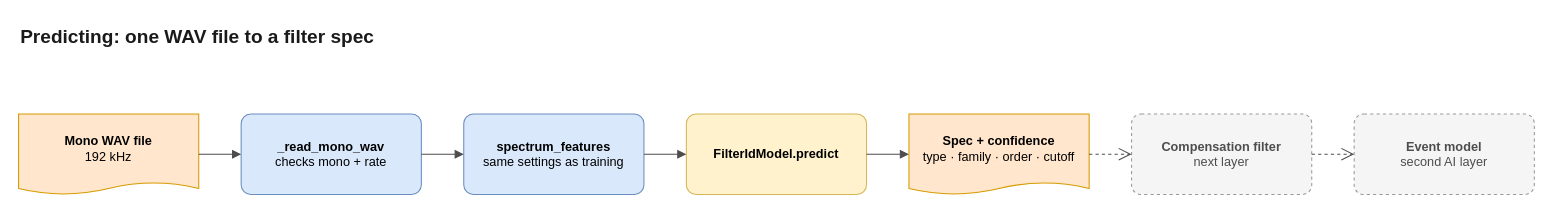
Dialovos/fpga-audio-source-classifier keeps this draw.io diagram as page "4 · Predicting" (4 of 5) of docs/code-map/filter-id-code-map.drawio. Above is the earlier version. Source tidied: cells renumbered, new cells numbered last; positions are measured from the earlier drawing's top-left corner, leaving out a move shared by most shapes. Both pictures are drawn from the tidied source at 106%, with x=0, y=0 at pixel (18, 18).
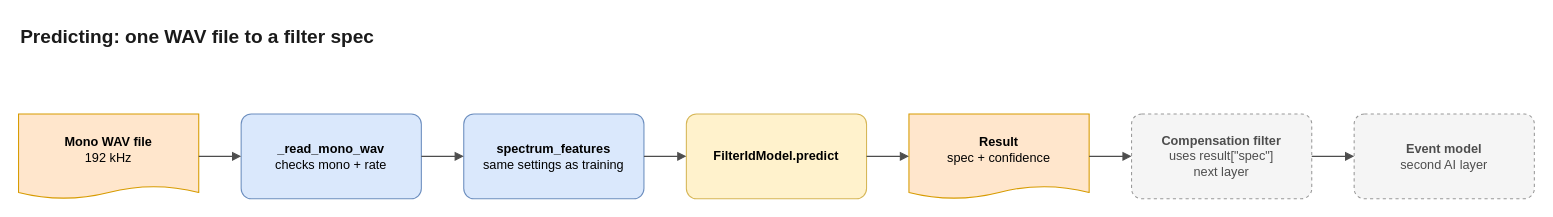
After the change.

What changed in the source:
```diff
@@
 <mxGraphModel>
   <root>
     <mxCell id="0" />
     <mxCell id="1" parent="0" />
     <mxCell id="2" value="Predicting: one WAV file to a filter spec" style="text;html=1;align=left;verticalAlign=middle;fontSize=18;fontStyle=1;fontColor=#1a1a1a;" parent="1" vertex="1">
       <mxGeometry width="700" height="36" as="geometry" />
     </mxCell>
     <mxCell id="3" value="&lt;b&gt;Mono WAV file&lt;/b&gt;&lt;br&gt;192 kHz" style="shape=document;size=0.15;boundedLbl=1;whiteSpace=wrap;html=1;fontSize=12;fillColor=#ffe6cc;strokeColor=#d79b00;" parent="1" vertex="1">
-      <mxGeometry y="90" width="170" height="76" as="geometry" />
+      <mxGeometry y="90" width="170" height="80" as="geometry" />
     </mxCell>
     <mxCell id="4" value="&lt;b&gt;_read_mono_wav&lt;/b&gt;&lt;br&gt;checks mono + rate" style="rounded=1;arcSize=12;whiteSpace=wrap;html=1;fontSize=12;fillColor=#dae8fc;strokeColor=#6c8ebf;" parent="1" vertex="1">
-      <mxGeometry x="210" y="90" width="170" height="76" as="geometry" />
+      <mxGeometry x="210" y="90" width="170" height="80" as="geometry" />
     </mxCell>
     <mxCell id="5" value="&lt;b&gt;spectrum_features&lt;/b&gt;&lt;br&gt;same settings as training" style="rounded=1;arcSize=12;whiteSpace=wrap;html=1;fontSize=12;fillColor=#dae8fc;strokeColor=#6c8ebf;" parent="1" vertex="1">
-      <mxGeometry x="420" y="90" width="170" height="76" as="geometry" />
+      <mxGeometry x="420" y="90" width="170" height="80" as="geometry" />
     </mxCell>
     <mxCell id="6" value="&lt;b&gt;FilterIdModel.predict&lt;/b&gt;" style="rounded=1;arcSize=12;whiteSpace=wrap;html=1;fontSize=12;fillColor=#fff2cc;strokeColor=#d6b656;" parent="1" vertex="1">
-      <mxGeometry x="630" y="90" width="170" height="76" as="geometry" />
+      <mxGeometry x="630" y="90" width="170" height="80" as="geometry" />
     </mxCell>
-    <mxCell id="7" value="&lt;b&gt;Spec + confidence&lt;/b&gt;&lt;br&gt;type · family · order · cutoff" style="shape=document;size=0.15;boundedLbl=1;whiteSpace=wrap;html=1;fontSize=12;fillColor=#ffe6cc;strokeColor=#d79b00;" parent="1" vertex="1">
-      <mxGeometry x="840" y="90" width="170" height="76" as="geometry" />
+    <mxCell id="7" value="&lt;b&gt;Result&lt;/b&gt;&lt;br&gt;spec + confidence" style="shape=document;size=0.15;boundedLbl=1;whiteSpace=wrap;html=1;fontSize=12;fillColor=#ffe6cc;strokeColor=#d79b00;" parent="1" vertex="1">
+      <mxGeometry x="840" y="90" width="170" height="80" as="geometry" />
     </mxCell>
-    <mxCell id="8" value="&lt;b&gt;Compensation filter&lt;/b&gt;&lt;br&gt;next layer" style="rounded=1;arcSize=12;whiteSpace=wrap;html=1;fontSize=12;fillColor=#f5f5f5;strokeColor=#999999;dashed=1;fontColor=#4d4d4d;" parent="1" vertex="1">
-      <mxGeometry x="1050" y="90" width="170" height="76" as="geometry" />
+    <mxCell id="8" value="&lt;b&gt;Compensation filter&lt;/b&gt;&lt;br&gt;uses result[&quot;spec&quot;]&lt;br&gt;next layer" style="rounded=1;arcSize=12;whiteSpace=wrap;html=1;fontSize=12;fillColor=#f5f5f5;strokeColor=#999999;dashed=1;fontColor=#4d4d4d;" parent="1" vertex="1">
+      <mxGeometry x="1050" y="90" width="170" height="80" as="geometry" />
     </mxCell>
     <mxCell id="9" value="&lt;b&gt;Event model&lt;/b&gt;&lt;br&gt;second AI layer" style="rounded=1;arcSize=12;whiteSpace=wrap;html=1;fontSize=12;fillColor=#f5f5f5;strokeColor=#999999;dashed=1;fontColor=#4d4d4d;" parent="1" vertex="1">
-      <mxGeometry x="1260" y="90" width="170" height="76" as="geometry" />
+      <mxGeometry x="1260" y="90" width="170" height="80" as="geometry" />
     </mxCell>
-    <mxCell id="10" style="edgeStyle=orthogonalEdgeStyle;rounded=0;jettySize=auto;html=1;strokeColor=#4d4d4d;fontSize=11;labelBackgroundColor=#ffffff;endArrow=block;endFill=1;exitX=1;exitY=0.5;exitDx=0;exitDy=0;entryX=0;entryY=0.5;entryDx=0;entryDy=0;" parent="1" edge="1" source="3" target="4">
+    <mxCell id="10" style="edgeStyle=orthogonalEdgeStyle;rounded=0;jettySize=auto;html=1;strokeColor=#4d4d4d;fontSize=11;labelBackgroundColor=none;fontStyle=1;endArrow=block;endFill=1;exitX=1;exitY=0.5;exitDx=0;exitDy=0;entryX=0;entryY=0.5;entryDx=0;entryDy=0;" parent="1" edge="1" source="3" target="4">
       <mxGeometry relative="1" as="geometry" />
     </mxCell>
-    <mxCell id="11" style="edgeStyle=orthogonalEdgeStyle;rounded=0;jettySize=auto;html=1;strokeColor=#4d4d4d;fontSize=11;labelBackgroundColor=#ffffff;endArrow=block;endFill=1;exitX=1;exitY=0.5;exitDx=0;exitDy=0;entryX=0;entryY=0.5;entryDx=0;entryDy=0;" parent="1" edge="1" source="4" target="5">
+    <mxCell id="11" style="edgeStyle=orthogonalEdgeStyle;rounded=0;jettySize=auto;html=1;strokeColor=#4d4d4d;fontSize=11;labelBackgroundColor=none;fontStyle=1;endArrow=block;endFill=1;exitX=1;exitY=0.5;exitDx=0;exitDy=0;entryX=0;entryY=0.5;entryDx=0;entryDy=0;" parent="1" edge="1" source="4" target="5">
       <mxGeometry relative="1" as="geometry" />
     </mxCell>
-    <mxCell id="12" style="edgeStyle=orthogonalEdgeStyle;rounded=0;jettySize=auto;html=1;strokeColor=#4d4d4d;fontSize=11;labelBackgroundColor=#ffffff;endArrow=block;endFill=1;exitX=1;exitY=0.5;exitDx=0;exitDy=0;entryX=0;entryY=0.5;entryDx=0;entryDy=0;" parent="1" edge="1" source="5" target="6">
+    <mxCell id="12" style="edgeStyle=orthogonalEdgeStyle;rounded=0;jettySize=auto;html=1;strokeColor=#4d4d4d;fontSize=11;labelBackgroundColor=none;fontStyle=1;endArrow=block;endFill=1;exitX=1;exitY=0.5;exitDx=0;exitDy=0;entryX=0;entryY=0.5;entryDx=0;entryDy=0;" parent="1" edge="1" source="5" target="6">
       <mxGeometry relative="1" as="geometry" />
     </mxCell>
-    <mxCell id="13" style="edgeStyle=orthogonalEdgeStyle;rounded=0;jettySize=auto;html=1;strokeColor=#4d4d4d;fontSize=11;labelBackgroundColor=#ffffff;endArrow=block;endFill=1;exitX=1;exitY=0.5;exitDx=0;exitDy=0;entryX=0;entryY=0.5;entryDx=0;entryDy=0;" parent="1" edge="1" source="6" target="7">
+    <mxCell id="13" style="edgeStyle=orthogonalEdgeStyle;rounded=0;jettySize=auto;html=1;strokeColor=#4d4d4d;fontSize=11;labelBackgroundColor=none;fontStyle=1;endArrow=block;endFill=1;exitX=1;exitY=0.5;exitDx=0;exitDy=0;entryX=0;entryY=0.5;entryDx=0;entryDy=0;" parent="1" edge="1" source="6" target="7">
       <mxGeometry relative="1" as="geometry" />
     </mxCell>
-    <mxCell id="14" style="edgeStyle=orthogonalEdgeStyle;rounded=0;jettySize=auto;html=1;strokeColor=#4d4d4d;fontSize=11;labelBackgroundColor=#ffffff;dashed=1;endArrow=open;endFill=0;endSize=10;exitX=1;exitY=0.5;exitDx=0;exitDy=0;entryX=0;entryY=0.5;entryDx=0;entryDy=0;" parent="1" edge="1" source="7" target="8">
+    <mxCell id="14" style="edgeStyle=orthogonalEdgeStyle;rounded=0;jettySize=auto;html=1;strokeColor=#4d4d4d;fontSize=11;labelBackgroundColor=none;fontStyle=1;endArrow=block;endFill=1;exitX=1;exitY=0.5;exitDx=0;exitDy=0;entryX=0;entryY=0.5;entryDx=0;entryDy=0;" parent="1" edge="1" source="7" target="8">
       <mxGeometry relative="1" as="geometry" />
     </mxCell>
-    <mxCell id="15" style="edgeStyle=orthogonalEdgeStyle;rounded=0;jettySize=auto;html=1;strokeColor=#4d4d4d;fontSize=11;labelBackgroundColor=#ffffff;dashed=1;endArrow=open;endFill=0;endSize=10;exitX=1;exitY=0.5;exitDx=0;exitDy=0;entryX=0;entryY=0.5;entryDx=0;entryDy=0;" parent="1" edge="1" source="8" target="9">
+    <mxCell id="15" style="edgeStyle=orthogonalEdgeStyle;rounded=0;jettySize=auto;html=1;strokeColor=#4d4d4d;fontSize=11;labelBackgroundColor=none;fontStyle=1;endArrow=block;endFill=1;exitX=1;exitY=0.5;exitDx=0;exitDy=0;entryX=0;entryY=0.5;entryDx=0;entryDy=0;" parent="1" edge="1" source="8" target="9">
       <mxGeometry relative="1" as="geometry" />
     </mxCell>
   </root>
 </mxGraphModel>
```
